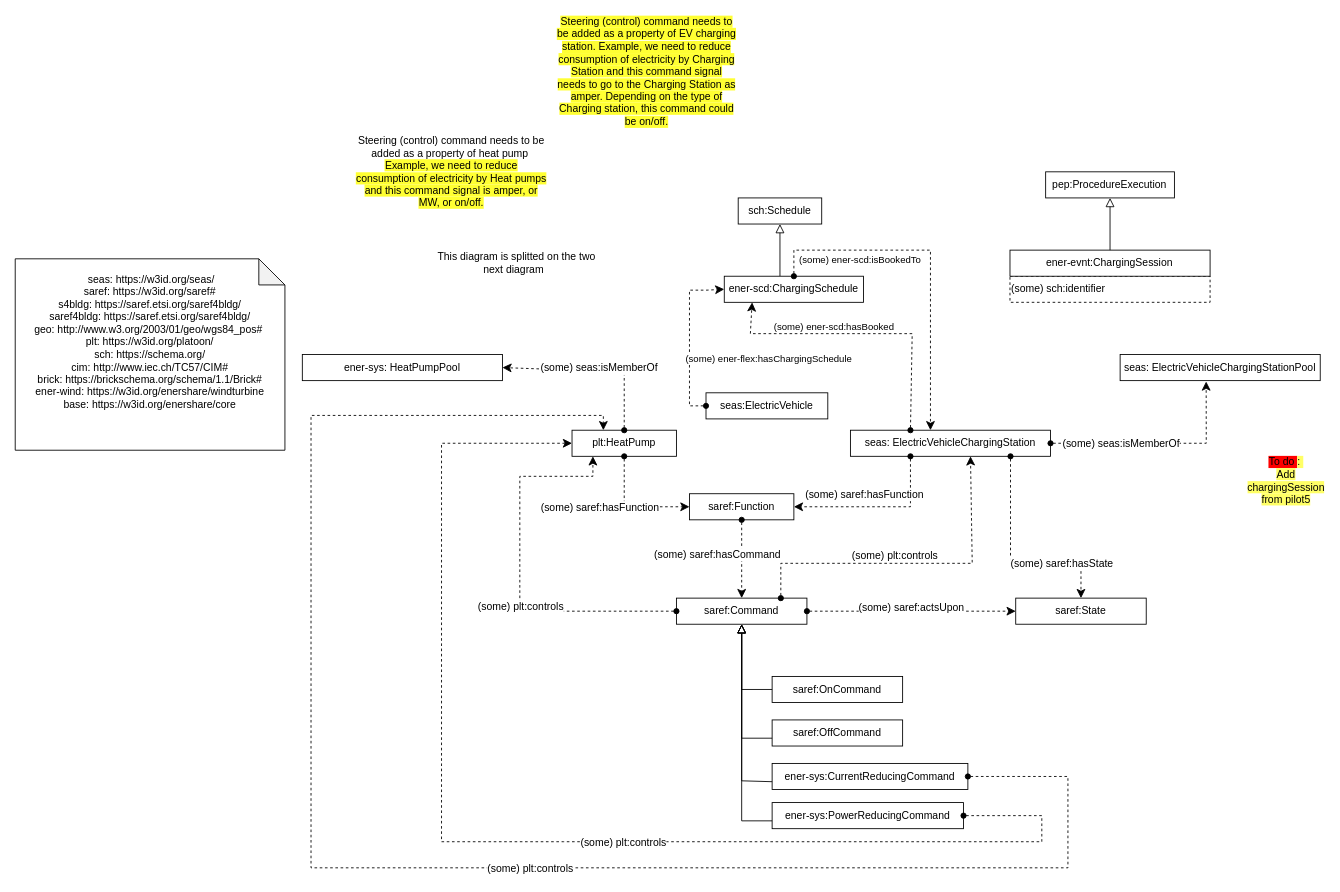
The draw.io diagram page "Command&schedule" (2 of 5) of SDMPilotsDiagrams/Harmonized-SDM-pilot6-V1.7.drawio in EnershareProject/EnershareOntologies, before the edit. Source tidied: cells renumbered, new cells numbered last; positions are measured from the earlier drawing's top-left corner, leaving out a move shared by most shapes. Both pictures are drawn from the tidied source at 87%, with x=0, y=0 at pixel (15, 58).
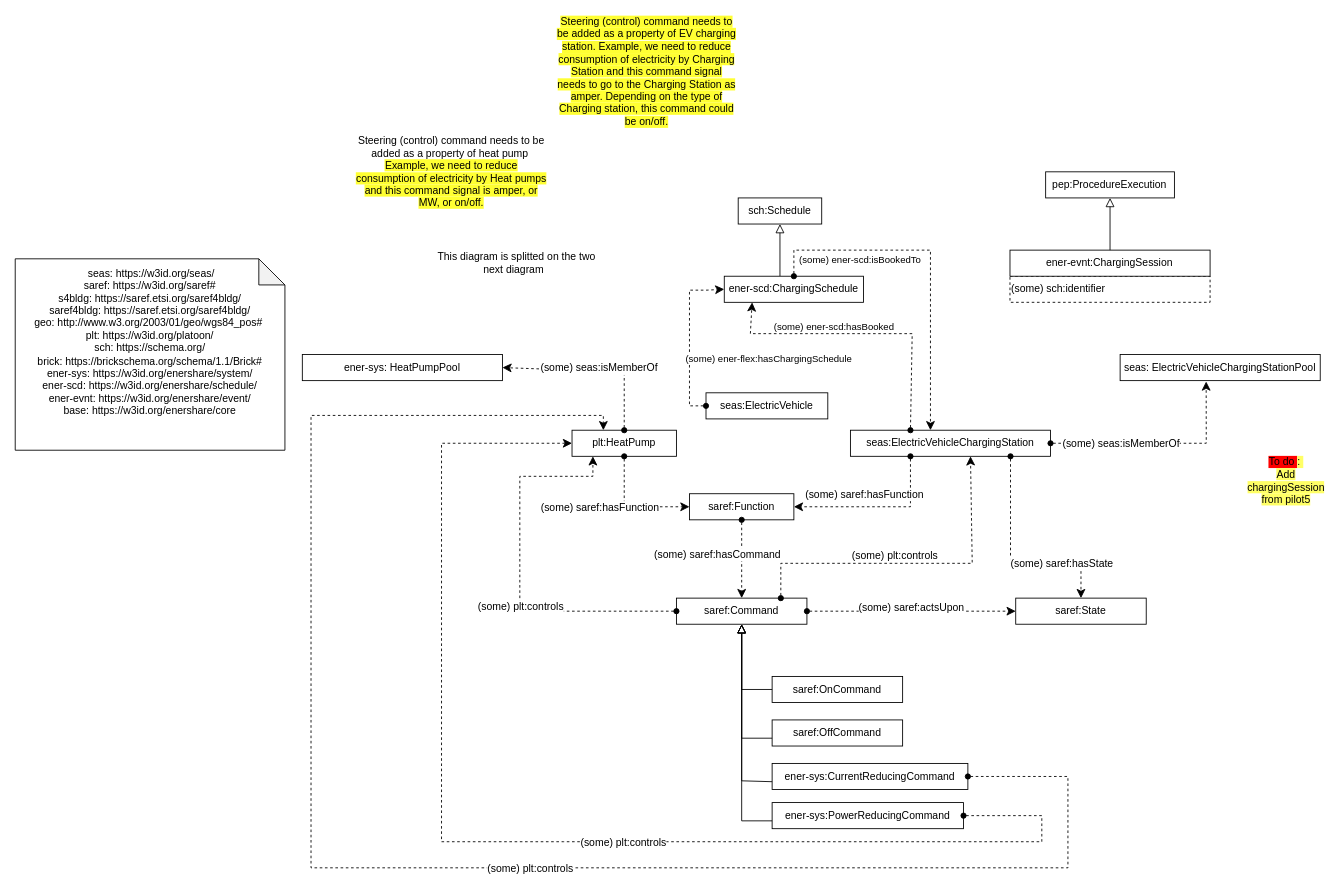
Above is the later version.

Change to the diagram source:
```diff
@@
-    <mxCell id="2" value="seas: ElectricVehicleChargingStation" style="rounded=0;whiteSpace=wrap;html=1;snapToPoint=1;points=[[0.1,0],[0.2,0],[0.3,0],[0.4,0],[0.5,0],[0.6,0],[0.7,0],[0.8,0],[0.9,0],[0,0.1],[0,0.3],[0,0.5],[0,0.7],[0,0.9],[0.1,1],[0.2,1],[0.3,1],[0.4,1],[0.5,1],[0.6,1],[0.7,1],[0.8,1],[0.9,1],[1,0.1],[1,0.3],[1,0.5],[1,0.7],[1,0.9]];" parent="1" vertex="1">
+    <mxCell id="2" value="seas:ElectricVehicleChargingStation" style="rounded=0;whiteSpace=wrap;html=1;snapToPoint=1;points=[[0.1,0],[0.2,0],[0.3,0],[0.4,0],[0.5,0],[0.6,0],[0.7,0],[0.8,0],[0.9,0],[0,0.1],[0,0.3],[0,0.5],[0,0.7],[0,0.9],[0.1,1],[0.2,1],[0.3,1],[0.4,1],[0.5,1],[0.6,1],[0.7,1],[0.8,1],[0.9,1],[1,0.1],[1,0.3],[1,0.5],[1,0.7],[1,0.9]];" parent="1" vertex="1">
       <mxGeometry x="960" y="427" width="230" height="30" as="geometry" />
     </mxCell>
@@
-    <mxCell id="51" value="&lt;div&gt;&lt;/div&gt;&lt;div style=&quot;&quot;&gt;&lt;div style=&quot;border-color: var(--border-color);&quot;&gt;&amp;nbsp;seas: https://w3id.org/seas/&lt;br style=&quot;border-color: var(--border-color);&quot;&gt;&lt;/div&gt;&lt;div style=&quot;border-color: var(--border-color);&quot;&gt;&lt;span style=&quot;border-color: var(--border-color); background-color: initial;&quot;&gt;saref: https://w3id.org/saref#&lt;/span&gt;&lt;/div&gt;&lt;div style=&quot;border-color: var(--border-color);&quot;&gt;&lt;span style=&quot;border-color: var(--border-color); background-color: initial;&quot;&gt;s4bldg: https://saref.etsi.org/saref4bldg/&lt;/span&gt;&lt;/div&gt;&lt;div style=&quot;border-color: var(--border-color);&quot;&gt;&lt;span style=&quot;border-color: var(--border-color); background-color: initial;&quot;&gt;saref4bldg: https://saref.etsi.org/saref4bldg/&lt;/span&gt;&lt;/div&gt;&lt;div style=&quot;border-color: var(--border-color);&quot;&gt;&lt;span style=&quot;border-color: var(--border-color); background-color: initial;&quot;&gt;geo: http://www.w3.org/2003/01/geo/wgs84_pos#&amp;nbsp;&lt;br style=&quot;border-color: var(--border-color);&quot;&gt;&lt;/span&gt;&lt;/div&gt;&lt;div style=&quot;border-color: var(--border-color);&quot;&gt;&lt;span style=&quot;background-color: initial;&quot;&gt;plt: https://w3id.org/platoon/&lt;/span&gt;&lt;br&gt;&lt;/div&gt;&lt;div style=&quot;border-color: var(--border-color);&quot;&gt;&lt;div style=&quot;border-color: var(--border-color);&quot;&gt;&lt;div style=&quot;border-color: var(--border-color);&quot;&gt;sch: https://schema.org/&lt;/div&gt;&lt;div&gt;cim: http://www.iec.ch/TC57/CIM#&lt;br&gt;&lt;/div&gt;&lt;/div&gt;&lt;/div&gt;&lt;div style=&quot;border-color: var(--border-color);&quot;&gt;&lt;span style=&quot;background-color: initial;&quot;&gt;brick: https://brickschema.org/schema/1.1/Brick#&lt;br&gt;&lt;/span&gt;&lt;/div&gt;&lt;div style=&quot;border-color: var(--border-color);&quot;&gt;&lt;span style=&quot;background-color: initial;&quot;&gt;ener-wind:&amp;nbsp;https://w3id.org/enershare/windturbine&lt;/span&gt;&lt;br&gt;&lt;/div&gt;&lt;/div&gt;&lt;div style=&quot;&quot;&gt;&lt;div style=&quot;border-color: var(--border-color);&quot;&gt;&lt;div style=&quot;border-color: var(--border-color);&quot;&gt;&lt;span style=&quot;background-color: initial;&quot;&gt;base:&amp;nbsp;https://w3id.org/enershare/core&lt;/span&gt;&lt;br&gt;&lt;/div&gt;&lt;div style=&quot;border-color: var(--border-color);&quot;&gt;&lt;div style=&quot;border-color: var(--border-color);&quot;&gt;&lt;/div&gt;&lt;/div&gt;&lt;div&gt;&lt;br&gt;&lt;br&gt;&lt;/div&gt;&lt;/div&gt;&lt;div style=&quot;border-color: var(--border-color);&quot;&gt;&lt;/div&gt;&lt;/div&gt;" style="shape=note;whiteSpace=wrap;html=1;backgroundOutline=1;darkOpacity=0.05;" parent="1" vertex="1">
+    <mxCell id="51" value="&lt;div&gt;&lt;/div&gt;&lt;div style=&quot;&quot;&gt;&lt;div style=&quot;border-color: var(--border-color);&quot;&gt;&amp;nbsp;seas: https://w3id.org/seas/&lt;br style=&quot;border-color: var(--border-color);&quot;&gt;&lt;/div&gt;&lt;div style=&quot;border-color: var(--border-color);&quot;&gt;&lt;span style=&quot;border-color: var(--border-color); background-color: initial;&quot;&gt;saref: https://w3id.org/saref#&lt;/span&gt;&lt;/div&gt;&lt;div style=&quot;border-color: var(--border-color);&quot;&gt;&lt;span style=&quot;border-color: var(--border-color); background-color: initial;&quot;&gt;s4bldg: https://saref.etsi.org/saref4bldg/&lt;/span&gt;&lt;/div&gt;&lt;div style=&quot;border-color: var(--border-color);&quot;&gt;&lt;span style=&quot;border-color: var(--border-color); background-color: initial;&quot;&gt;saref4bldg: https://saref.etsi.org/saref4bldg/&lt;/span&gt;&lt;/div&gt;&lt;div style=&quot;border-color: var(--border-color);&quot;&gt;&lt;span style=&quot;border-color: var(--border-color); background-color: initial;&quot;&gt;geo: http://www.w3.org/2003/01/geo/wgs84_pos#&amp;nbsp;&lt;br style=&quot;border-color: var(--border-color);&quot;&gt;&lt;/span&gt;&lt;/div&gt;&lt;div style=&quot;border-color: var(--border-color);&quot;&gt;&lt;span style=&quot;background-color: initial;&quot;&gt;plt: https://w3id.org/platoon/&lt;/span&gt;&lt;br&gt;&lt;/div&gt;&lt;div style=&quot;border-color: var(--border-color);&quot;&gt;&lt;div style=&quot;border-color: var(--border-color);&quot;&gt;&lt;div style=&quot;border-color: var(--border-color);&quot;&gt;sch: https://schema.org/&lt;/div&gt;&lt;/div&gt;&lt;/div&gt;&lt;div style=&quot;border-color: var(--border-color);&quot;&gt;&lt;span style=&quot;background-color: initial;&quot;&gt;brick: https://brickschema.org/schema/1.1/Brick#&lt;br&gt;&lt;/span&gt;&lt;/div&gt;&lt;div style=&quot;border-color: var(--border-color);&quot;&gt;&lt;span style=&quot;background-color: initial;&quot;&gt;ener-sys:&amp;nbsp;https://w3id.org/enershare/system/&lt;/span&gt;&lt;br&gt;&lt;/div&gt;&lt;div style=&quot;border-color: var(--border-color);&quot;&gt;ener-scd:&amp;nbsp;https://w3id.org/enershare/schedule/&lt;span style=&quot;background-color: initial;&quot;&gt;&lt;br&gt;&lt;/span&gt;&lt;/div&gt;&lt;div style=&quot;border-color: var(--border-color);&quot;&gt;ener-evnt:&amp;nbsp;https://w3id.org/enershare/event/&lt;br&gt;&lt;/div&gt;&lt;/div&gt;&lt;div style=&quot;&quot;&gt;&lt;div style=&quot;border-color: var(--border-color);&quot;&gt;&lt;div style=&quot;border-color: var(--border-color);&quot;&gt;&lt;span style=&quot;background-color: initial;&quot;&gt;base:&amp;nbsp;https://w3id.org/enershare/core&lt;/span&gt;&lt;br&gt;&lt;/div&gt;&lt;div style=&quot;border-color: var(--border-color);&quot;&gt;&lt;div style=&quot;border-color: var(--border-color);&quot;&gt;&lt;/div&gt;&lt;/div&gt;&lt;div&gt;&lt;br&gt;&lt;br&gt;&lt;/div&gt;&lt;/div&gt;&lt;div style=&quot;border-color: var(--border-color);&quot;&gt;&lt;/div&gt;&lt;/div&gt;" style="shape=note;whiteSpace=wrap;html=1;backgroundOutline=1;darkOpacity=0.05;" parent="1" vertex="1">
       <mxGeometry y="230" width="310" height="220" as="geometry" />
     </mxCell>
```
